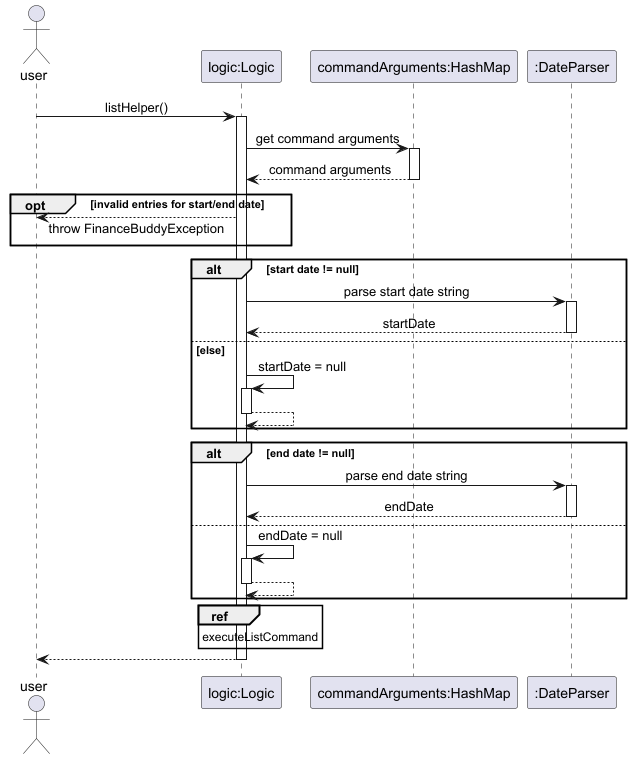
Earlier version of the PlantUML export docs/UML/SeeAllEntriesGetArguments.png (nus-cs2113-AY2425S1/tp).
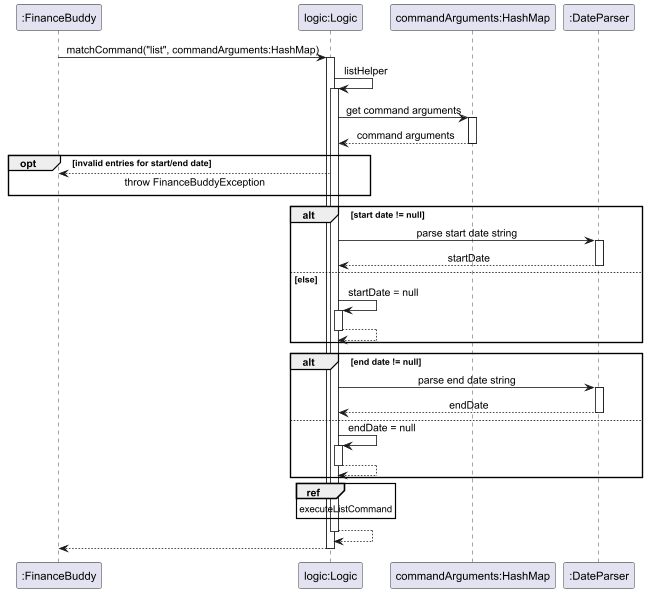
After the change.

Commit message:
Update sequence diagrams for List command

The edit, as a diff of the source:
```diff
@@ -2,19 +2,21 @@
 skinparam sequenceMessageAlign center
 skinparam responseMessageBelowArrow true
 
-actor user
+participant ":FinanceBuddy" as fb
 participant "logic:Logic" as app
 participant "commandArguments:HashMap" as map
 participant ":DateParser" as parser
 
-user -> app: listHelper()
+fb -> app: matchCommand("list", commandArguments:HashMap)
+activate app
+app -> app: listHelper
 activate app
 app -> map : get command arguments
 activate map
 return command arguments
 
 opt invalid entries for start/end date
-    user <-- app : throw FinanceBuddyException
+     fb <-- app : throw FinanceBuddyException
 end
 
 alt start date != null
@@ -37,6 +39,6 @@
         return
 end
 ref over app : executeListCommand
-
+return
 return
 @enduml
```
